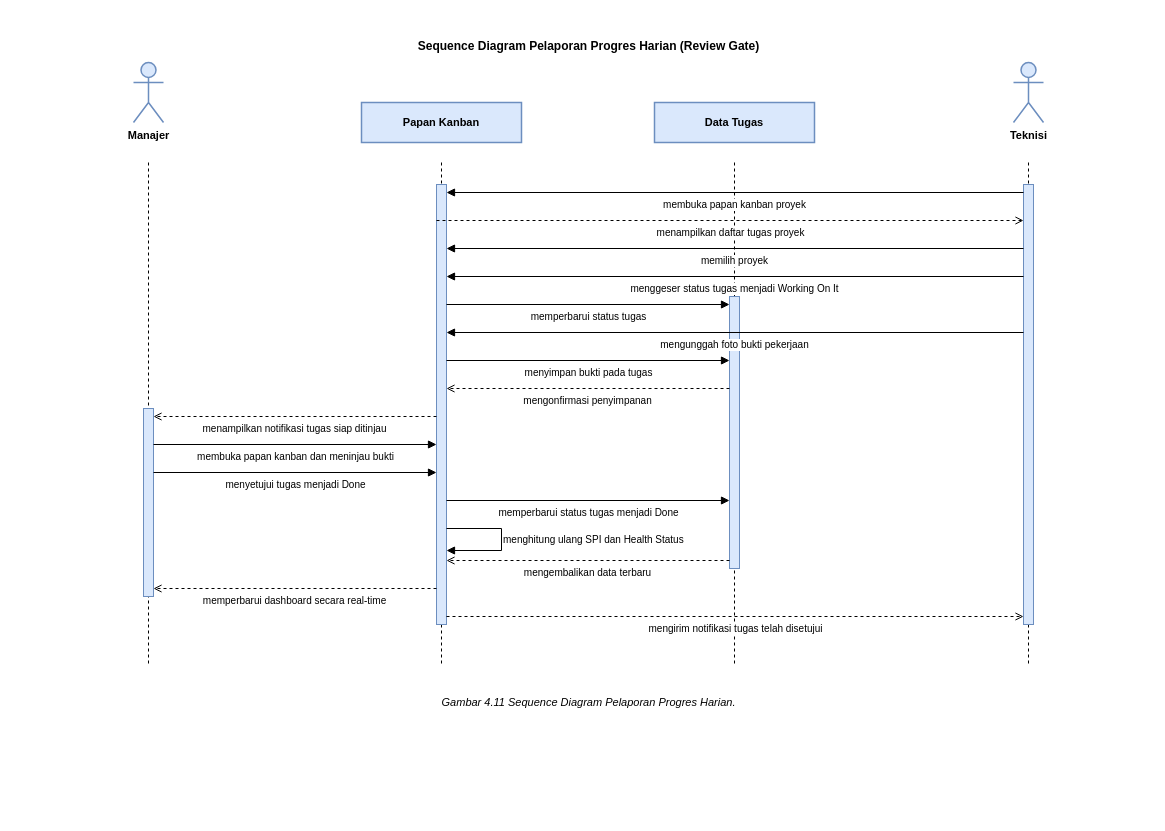
Earlier version of the draw.io diagram diagram/ai/Sequence/SD_REVIEW_GATE.drawio (evelleura/shi-dashboard). Source tidied: cells renumbered, new cells numbered last; positions are measured from the earlier drawing's top-left corner, leaving out a move shared by most shapes. Both pictures are drawn from the tidied source at 100%, with x=0, y=0 at pixel (28, 32).
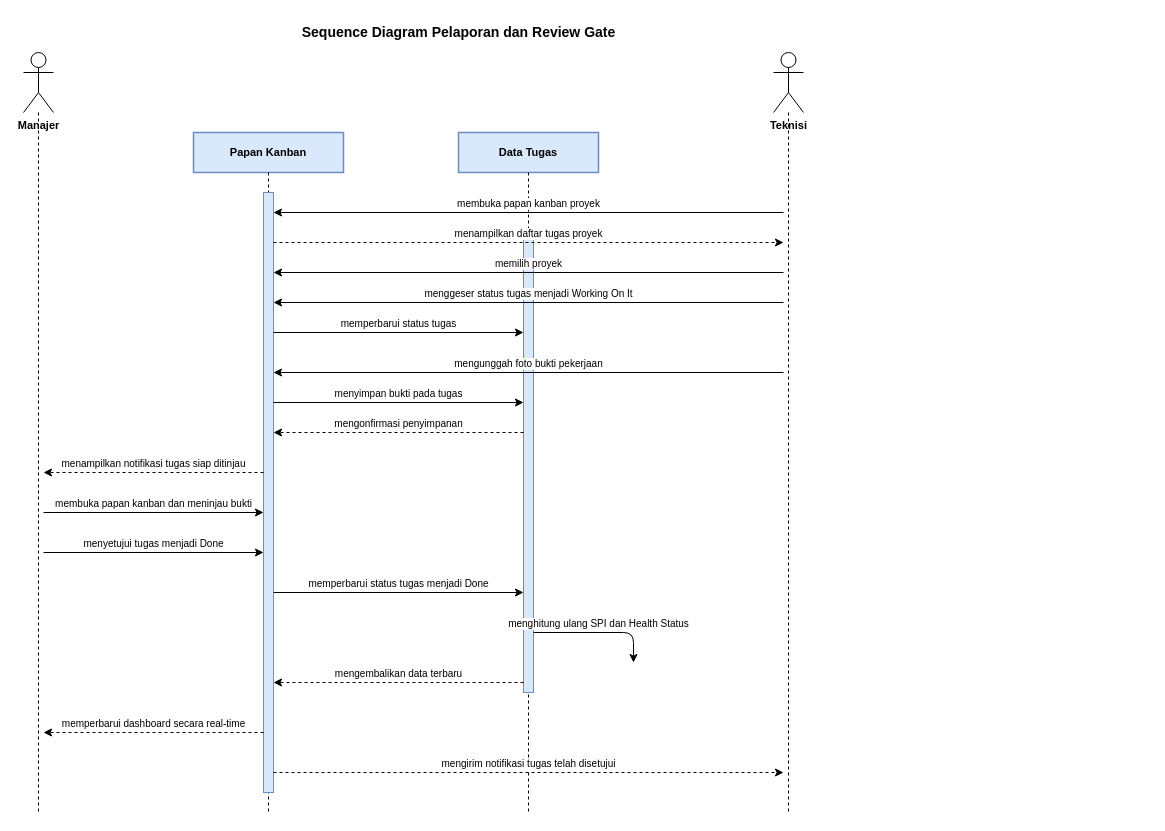
The same diagram, later.

Change to the diagram source:
```diff
@@
-    <mxCell id="2" value="Sequence Diagram Pelaporan Progres Harian (Review Gate)" style="text;html=1;align=center;fontSize=12;fontStyle=1;fontColor=#000000;" parent="1" vertex="1">
-      <mxGeometry width="1120" height="20" as="geometry" />
-    </mxCell>
-    <mxCell id="3" value="Manajer" style="shape=umlActor;verticalLabelPosition=bottom;verticalAlign=top;html=1;fillColor=#DAE8FC;strokeColor=#6C8EBF;strokeWidth=1.5;fontSize=11;fontColor=#000000;fontStyle=1;" parent="1" vertex="1">
-      <mxGeometry x="105" y="30" width="30" height="60" as="geometry" />
+    <mxCell id="3" value="Manajer" style="shape=umlActor;verticalLabelPosition=bottom;labelPosition=center;verticalAlign=top;html=1;fontSize=11;fontStyle=1;fillColor=#FFFFFF;strokeColor=#000000;" parent="1" vertex="1">
+      <mxGeometry x="-5" y="20" width="30" height="60" as="geometry" />
     </mxCell>
-    <mxCell id="4" style="endArrow=none;html=1;rounded=0;dashed=1;strokeColor=#000000;strokeWidth=1;" parent="1" edge="1">
-      <mxGeometry relative="1" as="geometry">
-        <mxPoint x="120" y="130" as="sourcePoint" />
-        <mxPoint x="120" y="632" as="targetPoint" />
-      </mxGeometry>
-    </mxCell>
-    <mxCell id="5" value="Papan Kanban" style="rounded=0;whiteSpace=wrap;html=1;fillColor=#DAE8FC;strokeColor=#6C8EBF;strokeWidth=1.5;fontSize=11;fontColor=#000000;fontStyle=1;" parent="1" vertex="1">
-      <mxGeometry x="333" y="70" width="160" height="40" as="geometry" />
+    <mxCell id="5" value="Papan Kanban" style="rounded=0;whiteSpace=wrap;html=1;fontSize=11;fontStyle=1;fillColor=#DAE8FC;strokeColor=#6C8EBF;strokeWidth=1.5;" parent="1" vertex="1">
+      <mxGeometry x="165" y="100" width="150" height="40" as="geometry" />
     </mxCell>
-    <mxCell id="6" style="endArrow=none;html=1;rounded=0;dashed=1;strokeColor=#000000;strokeWidth=1;" parent="1" edge="1">
-      <mxGeometry relative="1" as="geometry">
-        <mxPoint x="413" y="130" as="sourcePoint" />
-        <mxPoint x="413" y="632" as="targetPoint" />
-      </mxGeometry>
-    </mxCell>
-    <mxCell id="7" value="Data Tugas" style="rounded=0;whiteSpace=wrap;html=1;fillColor=#DAE8FC;strokeColor=#6C8EBF;strokeWidth=1.5;fontSize=11;fontColor=#000000;fontStyle=1;" parent="1" vertex="1">
-      <mxGeometry x="626" y="70" width="160" height="40" as="geometry" />
+    <mxCell id="7" value="Data Tugas" style="rounded=0;whiteSpace=wrap;html=1;fontSize=11;fontStyle=1;fillColor=#DAE8FC;strokeColor=#6C8EBF;strokeWidth=1.5;" parent="1" vertex="1">
+      <mxGeometry x="430" y="100" width="140" height="40" as="geometry" />
     </mxCell>
-    <mxCell id="8" style="endArrow=none;html=1;rounded=0;dashed=1;strokeColor=#000000;strokeWidth=1;" parent="1" edge="1">
-      <mxGeometry relative="1" as="geometry">
-        <mxPoint x="706" y="130" as="sourcePoint" />
-        <mxPoint x="706" y="632" as="targetPoint" />
-      </mxGeometry>
-    </mxCell>
-    <mxCell id="9" value="Teknisi" style="shape=umlActor;verticalLabelPosition=bottom;verticalAlign=top;html=1;fillColor=#DAE8FC;strokeColor=#6C8EBF;strokeWidth=1.5;fontSize=11;fontColor=#000000;fontStyle=1;" parent="1" vertex="1">
-      <mxGeometry x="985" y="30" width="30" height="60" as="geometry" />
+    <mxCell id="9" value="Teknisi" style="shape=umlActor;verticalLabelPosition=bottom;labelPosition=center;verticalAlign=top;html=1;fontSize=11;fontStyle=1;fillColor=#FFFFFF;strokeColor=#000000;" parent="1" vertex="1">
+      <mxGeometry x="745" y="20" width="30" height="60" as="geometry" />
     </mxCell>
-    <mxCell id="10" style="endArrow=none;html=1;rounded=0;dashed=1;strokeColor=#000000;strokeWidth=1;" parent="1" edge="1">
-      <mxGeometry relative="1" as="geometry">
-        <mxPoint x="1000" y="130" as="sourcePoint" />
-        <mxPoint x="1000" y="632" as="targetPoint" />
-      </mxGeometry>
-    </mxCell>
-    <mxCell id="11" style="rounded=0;whiteSpace=wrap;html=1;fillColor=#DAE8FC;strokeColor=#6C8EBF;strokeWidth=1;" parent="1" vertex="1">
-      <mxGeometry x="995" y="152" width="10" height="440" as="geometry" />
-    </mxCell>
-    <mxCell id="12" style="rounded=0;whiteSpace=wrap;html=1;fillColor=#DAE8FC;strokeColor=#6C8EBF;strokeWidth=1;" parent="1" vertex="1">
-      <mxGeometry x="408" y="152" width="10" height="440" as="geometry" />
-    </mxCell>
-    <mxCell id="13" style="rounded=0;whiteSpace=wrap;html=1;fillColor=#DAE8FC;strokeColor=#6C8EBF;strokeWidth=1;" parent="1" vertex="1">
-      <mxGeometry x="701" y="264" width="10" height="272" as="geometry" />
-    </mxCell>
-    <mxCell id="14" style="rounded=0;whiteSpace=wrap;html=1;fillColor=#DAE8FC;strokeColor=#6C8EBF;strokeWidth=1;" parent="1" vertex="1">
-      <mxGeometry x="115" y="376" width="10" height="188" as="geometry" />
-    </mxCell>
+    <mxCell id="32" style="endArrow=none;dashed=1;strokeColor=#000000;strokeWidth=1;html=1;" parent="1" edge="1">
+      <mxGeometry relative="1" as="geometry">
+        <mxPoint x="10" y="80" as="sourcePoint" />
+        <mxPoint x="10" y="780" as="targetPoint" />
+      </mxGeometry>
+    </mxCell>
+    <mxCell id="33" style="endArrow=none;dashed=1;strokeColor=#000000;strokeWidth=1;html=1;" parent="1" edge="1">
+      <mxGeometry relative="1" as="geometry">
+        <mxPoint x="240" y="140" as="sourcePoint" />
+        <mxPoint x="240" y="780" as="targetPoint" />
+      </mxGeometry>
+    </mxCell>
+    <mxCell id="34" style="endArrow=none;dashed=1;strokeColor=#000000;strokeWidth=1;html=1;" parent="1" edge="1">
+      <mxGeometry relative="1" as="geometry">
+        <mxPoint x="500" y="140" as="sourcePoint" />
+        <mxPoint x="500" y="780" as="targetPoint" />
+      </mxGeometry>
+    </mxCell>
+    <mxCell id="35" style="endArrow=none;dashed=1;strokeColor=#000000;strokeWidth=1;html=1;" parent="1" edge="1">
+      <mxGeometry relative="1" as="geometry">
+        <mxPoint x="760" y="80" as="sourcePoint" />
+        <mxPoint x="760" y="780" as="targetPoint" />
+      </mxGeometry>
+    </mxCell>
+    <mxCell id="36" style="rounded=0;whiteSpace=wrap;html=1;fillColor=#DAE8FC;strokeColor=#6C8EBF;strokeWidth=1;" parent="1" vertex="1">
+      <mxGeometry x="235" y="160" width="10" height="600" as="geometry" />
+    </mxCell>
+    <mxCell id="37" style="rounded=0;whiteSpace=wrap;html=1;fillColor=#DAE8FC;strokeColor=#6C8EBF;strokeWidth=1;" parent="1" vertex="1">
+      <mxGeometry x="495" y="200" width="10" height="460" as="geometry" />
+    </mxCell>
-    <mxCell id="15" value="membuka papan kanban proyek" style="endArrow=block;endFill=1;html=1;rounded=0;strokeColor=#000000;strokeWidth=1;fontSize=10;fontColor=#000000;align=center;verticalAlign=top;" parent="1" edge="1">
+    <mxCell id="15" value="membuka papan kanban proyek" style="html=1;endArrow=classic;endFill=1;strokeColor=#000000;strokeWidth=1;fontSize=10;align=center;verticalAlign=bottom;" parent="1" edge="1">
       <mxGeometry relative="1" as="geometry">
-        <mxPoint x="995" y="160" as="sourcePoint" />
-        <mxPoint x="418" y="160" as="targetPoint" />
+        <mxPoint x="755" y="180" as="sourcePoint" />
+        <mxPoint x="245" y="180" as="targetPoint" />
       </mxGeometry>
     </mxCell>
-    <mxCell id="16" value="menampilkan daftar tugas proyek" style="endArrow=open;endFill=0;html=1;rounded=0;dashed=1;strokeColor=#000000;strokeWidth=1;fontSize=10;fontColor=#000000;align=center;verticalAlign=top;" parent="1" edge="1">
+    <mxCell id="16" value="menampilkan daftar tugas proyek" style="html=1;endArrow=classic;endFill=1;strokeColor=#000000;strokeWidth=1;dashed=1;fontSize=10;align=center;verticalAlign=bottom;" parent="1" edge="1">
       <mxGeometry relative="1" as="geometry">
-        <mxPoint x="408" y="188" as="sourcePoint" />
-        <mxPoint x="995" y="188" as="targetPoint" />
+        <mxPoint x="245" y="210" as="sourcePoint" />
+        <mxPoint x="755" y="210" as="targetPoint" />
       </mxGeometry>
     </mxCell>
-    <mxCell id="17" value="memilih proyek" style="endArrow=block;endFill=1;html=1;rounded=0;strokeColor=#000000;strokeWidth=1;fontSize=10;fontColor=#000000;align=center;verticalAlign=top;" parent="1" edge="1">
+    <mxCell id="17" value="memilih proyek" style="html=1;endArrow=classic;endFill=1;strokeColor=#000000;strokeWidth=1;fontSize=10;align=center;verticalAlign=bottom;" parent="1" edge="1">
       <mxGeometry relative="1" as="geometry">
-        <mxPoint x="995" y="216" as="sourcePoint" />
-        <mxPoint x="418" y="216" as="targetPoint" />
+        <mxPoint x="755" y="240" as="sourcePoint" />
+        <mxPoint x="245" y="240" as="targetPoint" />
       </mxGeometry>
     </mxCell>
-    <mxCell id="18" value="menggeser status tugas menjadi Working On It" style="endArrow=block;endFill=1;html=1;rounded=0;strokeColor=#000000;strokeWidth=1;fontSize=10;fontColor=#000000;align=center;verticalAlign=top;" parent="1" edge="1">
+    <mxCell id="18" value="menggeser status tugas menjadi Working On It" style="html=1;endArrow=classic;endFill=1;strokeColor=#000000;strokeWidth=1;fontSize=10;align=center;verticalAlign=bottom;" parent="1" edge="1">
       <mxGeometry relative="1" as="geometry">
-        <mxPoint x="995" y="244" as="sourcePoint" />
-        <mxPoint x="418" y="244" as="targetPoint" />
+        <mxPoint x="755" y="270" as="sourcePoint" />
+        <mxPoint x="245" y="270" as="targetPoint" />
       </mxGeometry>
     </mxCell>
-    <mxCell id="19" value="memperbarui status tugas" style="endArrow=block;endFill=1;html=1;rounded=0;strokeColor=#000000;strokeWidth=1;fontSize=10;fontColor=#000000;align=center;verticalAlign=top;" parent="1" edge="1">
+    <mxCell id="19" value="memperbarui status tugas" style="html=1;endArrow=classic;endFill=1;strokeColor=#000000;strokeWidth=1;fontSize=10;align=center;verticalAlign=bottom;" parent="1" edge="1">
       <mxGeometry relative="1" as="geometry">
-        <mxPoint x="418" y="272" as="sourcePoint" />
-        <mxPoint x="701" y="272" as="targetPoint" />
+        <mxPoint x="245" y="300" as="sourcePoint" />
+        <mxPoint x="495" y="300" as="targetPoint" />
       </mxGeometry>
     </mxCell>
-    <mxCell id="20" value="mengunggah foto bukti pekerjaan" style="endArrow=block;endFill=1;html=1;rounded=0;strokeColor=#000000;strokeWidth=1;fontSize=10;fontColor=#000000;align=center;verticalAlign=top;" parent="1" edge="1">
+    <mxCell id="20" value="mengunggah foto bukti pekerjaan" style="html=1;endArrow=classic;endFill=1;strokeColor=#000000;strokeWidth=1;fontSize=10;align=center;verticalAlign=bottom;" parent="1" edge="1">
       <mxGeometry relative="1" as="geometry">
-        <mxPoint x="995" y="300" as="sourcePoint" />
-        <mxPoint x="418" y="300" as="targetPoint" />
+        <mxPoint x="755" y="340" as="sourcePoint" />
+        <mxPoint x="245" y="340" as="targetPoint" />
       </mxGeometry>
     </mxCell>
-    <mxCell id="21" value="menyimpan bukti pada tugas" style="endArrow=block;endFill=1;html=1;rounded=0;strokeColor=#000000;strokeWidth=1;fontSize=10;fontColor=#000000;align=center;verticalAlign=top;" parent="1" edge="1">
+    <mxCell id="21" value="menyimpan bukti pada tugas" style="html=1;endArrow=classic;endFill=1;strokeColor=#000000;strokeWidth=1;fontSize=10;align=center;verticalAlign=bottom;" parent="1" edge="1">
       <mxGeometry relative="1" as="geometry">
-        <mxPoint x="418" y="328" as="sourcePoint" />
-        <mxPoint x="701" y="328" as="targetPoint" />
+        <mxPoint x="245" y="370" as="sourcePoint" />
+        <mxPoint x="495" y="370" as="targetPoint" />
       </mxGeometry>
     </mxCell>
-    <mxCell id="22" value="mengonfirmasi penyimpanan" style="endArrow=open;endFill=0;html=1;rounded=0;dashed=1;strokeColor=#000000;strokeWidth=1;fontSize=10;fontColor=#000000;align=center;verticalAlign=top;" parent="1" edge="1">
+    <mxCell id="22" value="mengonfirmasi penyimpanan" style="html=1;endArrow=classic;endFill=1;strokeColor=#000000;strokeWidth=1;dashed=1;fontSize=10;align=center;verticalAlign=bottom;" parent="1" edge="1">
       <mxGeometry relative="1" as="geometry">
-        <mxPoint x="701" y="356" as="sourcePoint" />
-        <mxPoint x="418" y="356" as="targetPoint" />
+        <mxPoint x="495" y="400" as="sourcePoint" />
+        <mxPoint x="245" y="400" as="targetPoint" />
       </mxGeometry>
     </mxCell>
-    <mxCell id="23" value="menampilkan notifikasi tugas siap ditinjau" style="endArrow=open;endFill=0;html=1;rounded=0;dashed=1;strokeColor=#000000;strokeWidth=1;fontSize=10;fontColor=#000000;align=center;verticalAlign=top;" parent="1" edge="1">
+    <mxCell id="23" value="menampilkan notifikasi tugas siap ditinjau" style="html=1;endArrow=classic;endFill=1;strokeColor=#000000;strokeWidth=1;dashed=1;fontSize=10;align=center;verticalAlign=bottom;" parent="1" edge="1">
       <mxGeometry relative="1" as="geometry">
-        <mxPoint x="408" y="384" as="sourcePoint" />
-        <mxPoint x="125" y="384" as="targetPoint" />
+        <mxPoint x="235" y="440" as="sourcePoint" />
+        <mxPoint x="15" y="440" as="targetPoint" />
       </mxGeometry>
     </mxCell>
-    <mxCell id="24" value="membuka papan kanban dan meninjau bukti" style="endArrow=block;endFill=1;html=1;rounded=0;strokeColor=#000000;strokeWidth=1;fontSize=10;fontColor=#000000;align=center;verticalAlign=top;" parent="1" edge="1">
+    <mxCell id="24" value="membuka papan kanban dan meninjau bukti" style="html=1;endArrow=classic;endFill=1;strokeColor=#000000;strokeWidth=1;fontSize=10;align=center;verticalAlign=bottom;" parent="1" edge="1">
       <mxGeometry relative="1" as="geometry">
-        <mxPoint x="125" y="412" as="sourcePoint" />
-        <mxPoint x="408" y="412" as="targetPoint" />
+        <mxPoint x="15" y="480" as="sourcePoint" />
+        <mxPoint x="235" y="480" as="targetPoint" />
       </mxGeometry>
     </mxCell>
-    <mxCell id="25" value="menyetujui tugas menjadi Done" style="endArrow=block;endFill=1;html=1;rounded=0;strokeColor=#000000;strokeWidth=1;fontSize=10;fontColor=#000000;align=center;verticalAlign=top;" parent="1" edge="1">
+    <mxCell id="25" value="menyetujui tugas menjadi Done" style="html=1;endArrow=classic;endFill=1;strokeColor=#000000;strokeWidth=1;fontSize=10;align=center;verticalAlign=bottom;" parent="1" edge="1">
       <mxGeometry relative="1" as="geometry">
-        <mxPoint x="125" y="440" as="sourcePoint" />
-        <mxPoint x="408" y="440" as="targetPoint" />
+        <mxPoint x="15" y="520" as="sourcePoint" />
+        <mxPoint x="235" y="520" as="targetPoint" />
       </mxGeometry>
     </mxCell>
-    <mxCell id="26" value="memperbarui status tugas menjadi Done" style="endArrow=block;endFill=1;html=1;rounded=0;strokeColor=#000000;strokeWidth=1;fontSize=10;fontColor=#000000;align=center;verticalAlign=top;" parent="1" edge="1">
+    <mxCell id="26" value="memperbarui status tugas menjadi Done" style="html=1;endArrow=classic;endFill=1;strokeColor=#000000;strokeWidth=1;fontSize=10;align=center;verticalAlign=bottom;" parent="1" edge="1">
       <mxGeometry relative="1" as="geometry">
-        <mxPoint x="418" y="468" as="sourcePoint" />
-        <mxPoint x="701" y="468" as="targetPoint" />
+        <mxPoint x="245" y="560" as="sourcePoint" />
+        <mxPoint x="495" y="560" as="targetPoint" />
       </mxGeometry>
     </mxCell>
-    <mxCell id="27" value="menghitung ulang SPI dan Health Status" style="endArrow=block;endFill=1;html=1;rounded=0;strokeColor=#000000;strokeWidth=1;fontSize=10;fontColor=#000000;align=left;verticalAlign=middle;" parent="1" edge="1">
+    <mxCell id="27" value="menghitung ulang SPI dan Health Status" style="html=1;endArrow=classic;endFill=1;strokeColor=#000000;strokeWidth=1;fontSize=10;align=center;verticalAlign=bottom;exitX=1;exitY=0.25;entryX=1;entryY=0.75;exitDx=0;exitDy=0;entryDx=0;entryDy=0;" parent="1" edge="1">
       <mxGeometry relative="1" as="geometry">
-        <mxPoint x="418" y="496" as="sourcePoint" />
-        <mxPoint x="418" y="518" as="targetPoint" />
+        <mxPoint x="505" y="600" as="sourcePoint" />
+        <mxPoint x="605" y="630" as="targetPoint" />
         <Array as="points">
-          <mxPoint x="473" y="496" />
-          <mxPoint x="473" y="518" />
+          <mxPoint x="605" y="600" />
+          <mxPoint x="605" y="630" />
         </Array>
       </mxGeometry>
     </mxCell>
-    <mxCell id="28" value="mengembalikan data terbaru" style="endArrow=open;endFill=0;html=1;rounded=0;dashed=1;strokeColor=#000000;strokeWidth=1;fontSize=10;fontColor=#000000;align=center;verticalAlign=top;" parent="1" edge="1">
+    <mxCell id="28" value="mengembalikan data terbaru" style="html=1;endArrow=classic;endFill=1;strokeColor=#000000;strokeWidth=1;dashed=1;fontSize=10;align=center;verticalAlign=bottom;" parent="1" edge="1">
       <mxGeometry relative="1" as="geometry">
-        <mxPoint x="701" y="528" as="sourcePoint" />
-        <mxPoint x="418" y="528" as="targetPoint" />
+        <mxPoint x="495" y="650" as="sourcePoint" />
+        <mxPoint x="245" y="650" as="targetPoint" />
       </mxGeometry>
     </mxCell>
-    <mxCell id="29" value="memperbarui dashboard secara real-time" style="endArrow=open;endFill=0;html=1;rounded=0;dashed=1;strokeColor=#000000;strokeWidth=1;fontSize=10;fontColor=#000000;align=center;verticalAlign=top;" parent="1" edge="1">
+    <mxCell id="29" value="memperbarui dashboard secara real-time" style="html=1;endArrow=classic;endFill=1;strokeColor=#000000;strokeWidth=1;dashed=1;fontSize=10;align=center;verticalAlign=bottom;" parent="1" edge="1">
       <mxGeometry relative="1" as="geometry">
-        <mxPoint x="408" y="556" as="sourcePoint" />
-        <mxPoint x="125" y="556" as="targetPoint" />
+        <mxPoint x="235" y="700" as="sourcePoint" />
+        <mxPoint x="15" y="700" as="targetPoint" />
       </mxGeometry>
     </mxCell>
-    <mxCell id="30" value="mengirim notifikasi tugas telah disetujui" style="endArrow=open;endFill=0;html=1;rounded=0;dashed=1;strokeColor=#000000;strokeWidth=1;fontSize=10;fontColor=#000000;align=center;verticalAlign=top;" parent="1" edge="1">
+    <mxCell id="30" value="mengirim notifikasi tugas telah disetujui" style="html=1;endArrow=classic;endFill=1;strokeColor=#000000;strokeWidth=1;dashed=1;fontSize=10;align=center;verticalAlign=bottom;" parent="1" edge="1">
       <mxGeometry relative="1" as="geometry">
-        <mxPoint x="418" y="584" as="sourcePoint" />
-        <mxPoint x="995" y="584" as="targetPoint" />
+        <mxPoint x="245" y="740" as="sourcePoint" />
+        <mxPoint x="755" y="740" as="targetPoint" />
       </mxGeometry>
     </mxCell>
-    <mxCell id="31" value="Gambar 4.11 Sequence Diagram Pelaporan Progres Harian." style="text;html=1;align=center;fontSize=11;fontStyle=2;fontColor=#000000;" parent="1" vertex="1">
-      <mxGeometry y="657" width="1120" height="20" as="geometry" />
-    </mxCell>
+    <mxCell id="2" value="Sequence Diagram Pelaporan dan Review Gate" style="text;html=1;align=center;verticalAlign=middle;fontSize=14;fontStyle=1;" parent="1" vertex="1">
+      <mxGeometry x="180" y="-15" width="500" height="30" as="geometry" />
+    </mxCell>
```
